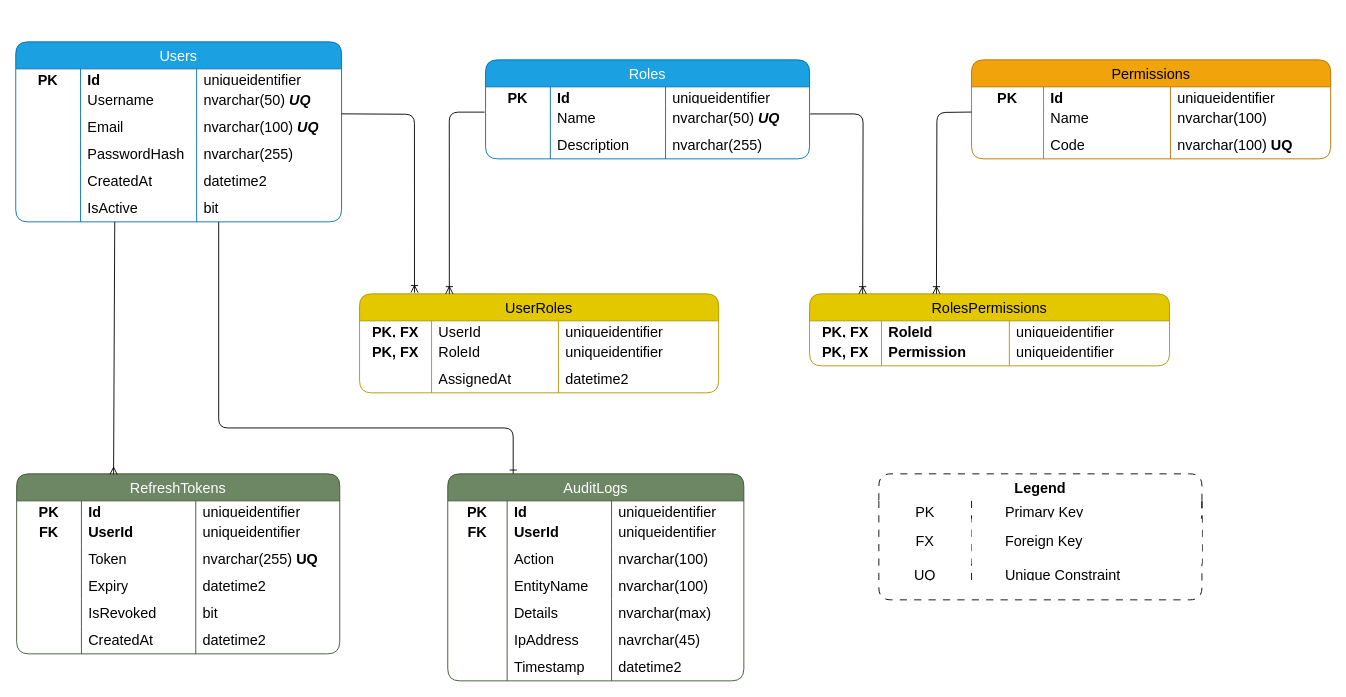
Before: DBDesign.drawio in babynapboltron8/Identity-and-Access-Management-IAM-, a draw.io diagram. Source tidied: cells renumbered, new cells numbered last; positions are measured from the earlier drawing's top-left corner, leaving out a move shared by most shapes. Both pictures are drawn from the tidied source at 90%, with x=0, y=0 at pixel (15, 41).
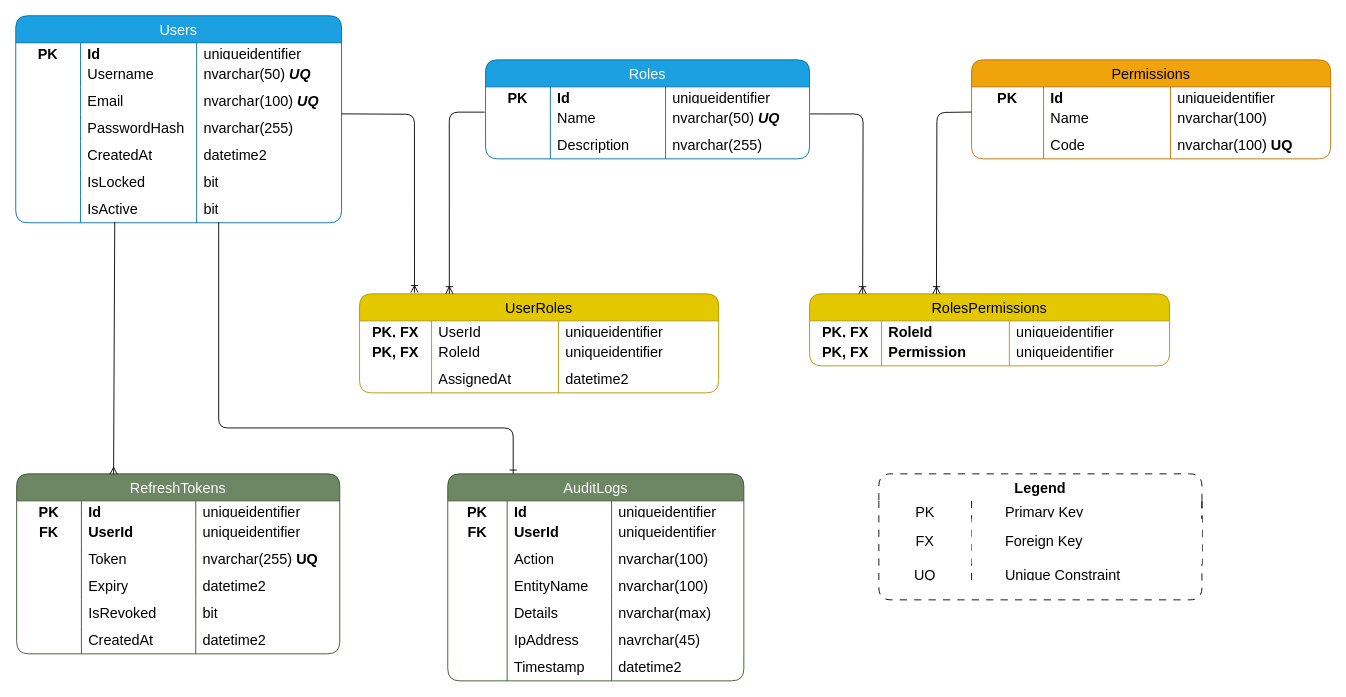
After the change.

Commit message (it also covers changes not shown here):
update user entities

Change to the diagram source:
```diff
@@
     <mxCell id="2" value="Users" style="shape=table;startSize=30;childLayout=tableLayout;rowLines=0;fontStyle=0;strokeColor=#006EAF;fontSize=16;resizeLastRow=0;shadow=0;rounded=1;fillColor=#1ba1e2;fontColor=#ffffff;" parent="1" vertex="1">
-      <mxGeometry width="362" height="200" as="geometry" />
+      <mxGeometry y="-29" width="362" height="230" as="geometry" />
     </mxCell>
@@
+    <mxCell id="146" style="shape=tableRow;horizontal=0;startSize=0;swimlaneHead=0;swimlaneBody=0;top=0;left=0;bottom=0;right=0;fillColor=none;strokeColor=inherit;fontSize=16;" parent="2" vertex="1">
+      <mxGeometry y="170" width="362" height="30" as="geometry" />
+    </mxCell>
+    <mxCell id="147" style="shape=partialRectangle;html=1;whiteSpace=wrap;fillColor=none;top=0;left=0;bottom=0;right=0;overflow=hidden;strokeColor=inherit;fontSize=16;" parent="146" vertex="1">
+      <mxGeometry width="72" height="30" as="geometry" />
+    </mxCell>
+    <mxCell id="148" value="IsLocked" style="shape=partialRectangle;html=1;whiteSpace=wrap;fillColor=none;top=0;left=0;bottom=0;right=0;align=left;spacingLeft=6;overflow=hidden;strokeColor=inherit;fontSize=16;" parent="146" vertex="1">
+      <mxGeometry x="72" width="129" height="30" as="geometry" />
+    </mxCell>
+    <mxCell id="149" value="bit" style="shape=partialRectangle;html=1;whiteSpace=wrap;fillColor=none;top=0;left=0;bottom=0;right=0;align=left;spacingLeft=6;overflow=hidden;strokeColor=inherit;fontSize=16;" parent="146" vertex="1">
+      <mxGeometry x="201" width="161" height="30" as="geometry" />
+    </mxCell>
     <mxCell id="23" style="shape=tableRow;horizontal=0;startSize=0;swimlaneHead=0;swimlaneBody=0;top=0;left=0;bottom=0;right=0;fillColor=none;strokeColor=inherit;fontSize=16;" parent="2" vertex="1">
-      <mxGeometry y="170" width="362" height="30" as="geometry" />
+      <mxGeometry y="200" width="362" height="30" as="geometry" />
     </mxCell>
```
